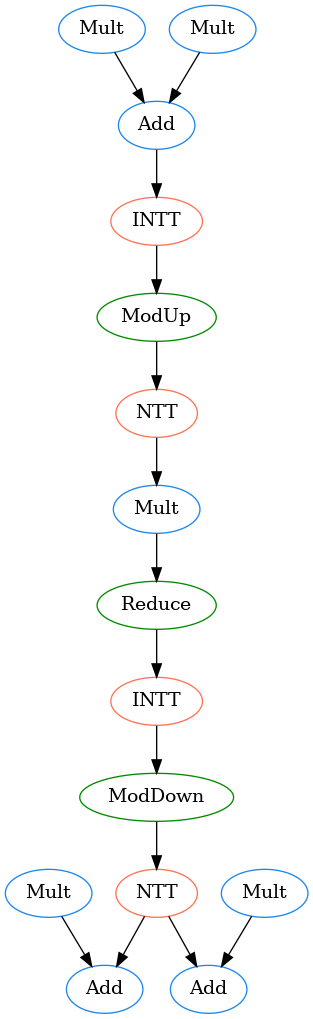
hal-lab-u-tokyo/PolyFHE keeps this Graphviz diagram as lib/fusion/graph_poly.png. Above is the earlier version. Its source is kept beside it as lib/fusion/graph_poly.dot.
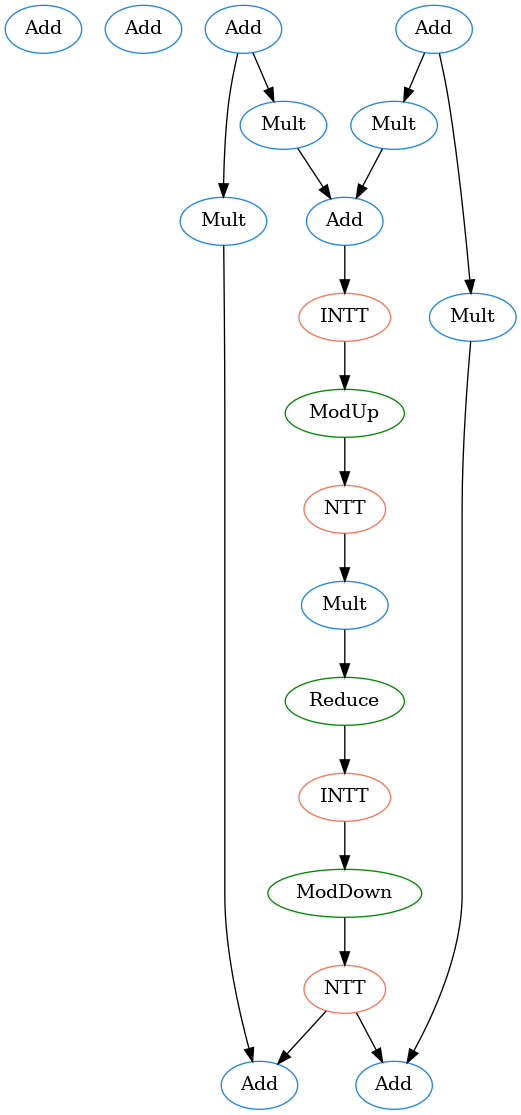
After the change.

The edit, as a diff of the source:
```diff
@@ -1,31 +1,39 @@
 digraph G {
-0 [color=dodgerblue2, label=Mult];
-1 [color=dodgerblue2, label=Mult];
-2 [color=dodgerblue2, label=Mult];
-3 [color=dodgerblue2, label=Mult];
-4 [color=dodgerblue2, label=Add];
-5 [color=coral1, label=INTT];
-6 [color=green4, label=ModUp];
-7 [color=coral1, label=NTT];
-8 [color=dodgerblue2, label=Mult];
-9 [color=green4, label=Reduce];
-10 [color=coral1, label=INTT];
-11 [color=green4, label=ModDown];
-12 [color=coral1, label=NTT];
-13 [color=dodgerblue2, label=Add];
-14 [color=dodgerblue2, label=Add];
-0->13 ;
-1->4 ;
+0 [color=dodgerblue2, label=Add];
+1 [color=dodgerblue2, label=Add];
+2 [color=dodgerblue2, label=Add];
+3 [color=dodgerblue2, label=Add];
+4 [color=dodgerblue2, label=Mult];
+5 [color=dodgerblue2, label=Mult];
+6 [color=dodgerblue2, label=Mult];
+7 [color=dodgerblue2, label=Mult];
+8 [color=dodgerblue2, label=Add];
+9 [color=coral1, label=INTT];
+10 [color=green4, label=ModUp];
+11 [color=coral1, label=NTT];
+12 [color=dodgerblue2, label=Mult];
+13 [color=green4, label=Reduce];
+14 [color=coral1, label=INTT];
+15 [color=green4, label=ModDown];
+16 [color=coral1, label=NTT];
+17 [color=dodgerblue2, label=Add];
+18 [color=dodgerblue2, label=Add];
 2->4 ;
-3->14 ;
-4->5 ;
-5->6 ;
-6->7 ;
-7->8 ;
+2->5 ;
+3->6 ;
+3->7 ;
+4->17 ;
+5->8 ;
+6->8 ;
+7->18 ;
 8->9 ;
 9->10 ;
 10->11 ;
 11->12 ;
 12->13 ;
-12->14 ;
+13->14 ;
+14->15 ;
+15->16 ;
+16->17 ;
+16->18 ;
 }
```
